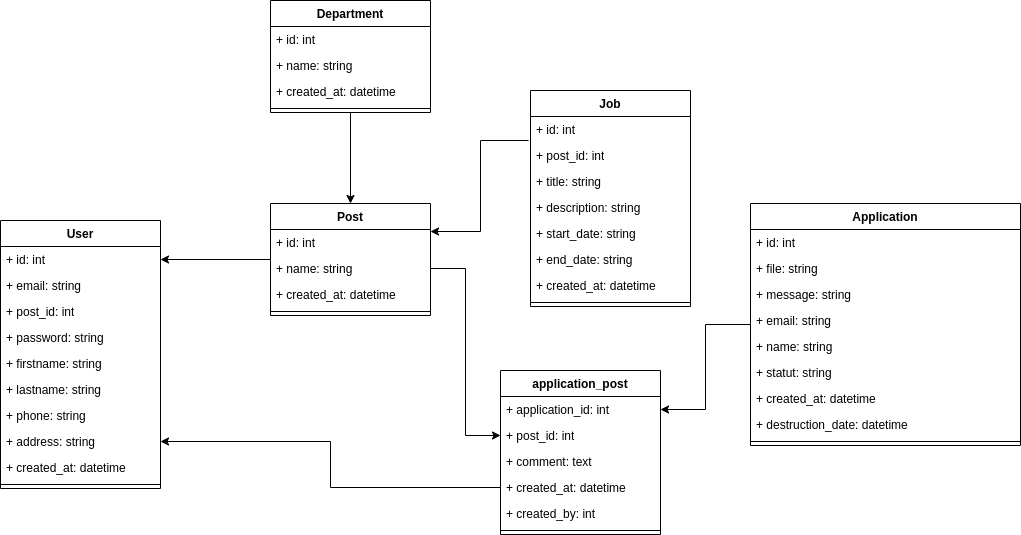
The draw.io diagram docs/modelisation.png in charlottesaidi/rh-project, before a commit. Source tidied: cells renumbered, new cells last; positions are measured from the earlier drawing's top-left corner, leaving out a move shared by most shapes. Source of this version:
```xml
<mxGraphModel>
  <root>
    <mxCell id="0" />
    <mxCell id="1" parent="0" />
    <mxCell id="2" value="User" style="swimlane;fontStyle=1;align=center;verticalAlign=top;horizontal=1;startSize=26;whiteSpace=wrap;html=1;" parent="1" vertex="1">
      <mxGeometry y="220" width="160" height="268" as="geometry" />
    </mxCell>
    <mxCell id="3" value="+ id: int" style="text;strokeColor=none;fillColor=none;align=left;verticalAlign=top;spacingLeft=4;spacingRight=4;overflow=hidden;points=[[0,0.5],[1,0.5]];portConstraint=eastwest;whiteSpace=wrap;html=1;" parent="2" vertex="1">
      <mxGeometry y="26" width="160" height="26" as="geometry" />
    </mxCell>
    <mxCell id="4" value="+ email: string" style="text;strokeColor=none;fillColor=none;align=left;verticalAlign=top;spacingLeft=4;spacingRight=4;overflow=hidden;whiteSpace=wrap;html=1;" parent="2" vertex="1">
      <mxGeometry y="52" width="160" height="26" as="geometry" />
    </mxCell>
    <mxCell id="5" value="+ post_id: int" style="text;strokeColor=none;fillColor=none;align=left;verticalAlign=top;spacingLeft=4;spacingRight=4;overflow=hidden;points=[[0,0.5],[1,0.5]];portConstraint=eastwest;whiteSpace=wrap;html=1;" parent="2" vertex="1">
      <mxGeometry y="78" width="160" height="26" as="geometry" />
    </mxCell>
    <mxCell id="6" value="+ password: string" style="text;strokeColor=none;fillColor=none;align=left;verticalAlign=top;spacingLeft=4;spacingRight=4;overflow=hidden;whiteSpace=wrap;html=1;" parent="2" vertex="1">
      <mxGeometry y="104" width="160" height="26" as="geometry" />
    </mxCell>
    <mxCell id="7" value="+ firstname: string" style="text;strokeColor=none;fillColor=none;align=left;verticalAlign=top;spacingLeft=4;spacingRight=4;overflow=hidden;whiteSpace=wrap;html=1;" parent="2" vertex="1">
      <mxGeometry y="130" width="160" height="26" as="geometry" />
    </mxCell>
    <mxCell id="8" value="+ lastname: string" style="text;strokeColor=none;fillColor=none;align=left;verticalAlign=top;spacingLeft=4;spacingRight=4;overflow=hidden;whiteSpace=wrap;html=1;" parent="2" vertex="1">
      <mxGeometry y="156" width="160" height="26" as="geometry" />
    </mxCell>
    <mxCell id="9" value="+ phone: string" style="text;strokeColor=none;fillColor=none;align=left;verticalAlign=top;spacingLeft=4;spacingRight=4;overflow=hidden;points=[[0,0.5],[1,0.5]];portConstraint=eastwest;whiteSpace=wrap;html=1;" parent="2" vertex="1">
      <mxGeometry y="182" width="160" height="26" as="geometry" />
    </mxCell>
    <mxCell id="10" value="+ address: string" style="text;strokeColor=none;fillColor=none;align=left;verticalAlign=top;spacingLeft=4;spacingRight=4;overflow=hidden;points=[[0,0.5],[1,0.5]];portConstraint=eastwest;whiteSpace=wrap;html=1;" parent="2" vertex="1">
      <mxGeometry y="208" width="160" height="26" as="geometry" />
    </mxCell>
    <mxCell id="11" value="+ created_at: datetime" style="text;strokeColor=none;fillColor=none;align=left;verticalAlign=top;spacingLeft=4;spacingRight=4;overflow=hidden;whiteSpace=wrap;html=1;" parent="2" vertex="1">
      <mxGeometry y="234" width="160" height="26" as="geometry" />
    </mxCell>
    <mxCell id="12" style="line;strokeWidth=1;fillColor=none;align=left;verticalAlign=middle;spacingTop=-1;spacingLeft=3;spacingRight=3;labelPosition=right;strokeColor=inherit;" parent="2" vertex="1">
      <mxGeometry y="260" width="160" height="8" as="geometry" />
    </mxCell>
    <mxCell id="13" value="Application" style="swimlane;fontStyle=1;align=center;verticalAlign=top;horizontal=1;startSize=26;whiteSpace=wrap;html=1;" parent="1" vertex="1">
      <mxGeometry x="750" y="203" width="270" height="242" as="geometry" />
    </mxCell>
    <mxCell id="14" value="+ id: int" style="text;strokeColor=none;fillColor=none;align=left;verticalAlign=top;spacingLeft=4;spacingRight=4;overflow=hidden;whiteSpace=wrap;html=1;" parent="13" vertex="1">
      <mxGeometry y="26" width="270" height="26" as="geometry" />
    </mxCell>
    <mxCell id="15" value="+ file: string" style="text;strokeColor=none;fillColor=none;align=left;verticalAlign=top;spacingLeft=4;spacingRight=4;overflow=hidden;whiteSpace=wrap;html=1;" parent="13" vertex="1">
      <mxGeometry y="52" width="270" height="26" as="geometry" />
    </mxCell>
    <mxCell id="16" value="+ message: string" style="text;strokeColor=none;fillColor=none;align=left;verticalAlign=top;spacingLeft=4;spacingRight=4;overflow=hidden;whiteSpace=wrap;html=1;" parent="13" vertex="1">
      <mxGeometry y="78" width="270" height="26" as="geometry" />
    </mxCell>
    <mxCell id="17" value="+ email: string" style="text;strokeColor=none;fillColor=none;align=left;verticalAlign=top;spacingLeft=4;spacingRight=4;overflow=hidden;points=[[0,0.5],[1,0.5]];portConstraint=eastwest;whiteSpace=wrap;html=1;" parent="13" vertex="1">
      <mxGeometry y="104" width="270" height="26" as="geometry" />
    </mxCell>
    <mxCell id="18" value="+ name: string" style="text;strokeColor=none;fillColor=none;align=left;verticalAlign=top;spacingLeft=4;spacingRight=4;overflow=hidden;whiteSpace=wrap;html=1;" parent="13" vertex="1">
      <mxGeometry y="130" width="270" height="26" as="geometry" />
    </mxCell>
    <mxCell id="19" value="+ statut: string" style="text;strokeColor=none;fillColor=none;align=left;verticalAlign=top;spacingLeft=4;spacingRight=4;overflow=hidden;whiteSpace=wrap;html=1;" parent="13" vertex="1">
      <mxGeometry y="156" width="270" height="26" as="geometry" />
    </mxCell>
    <mxCell id="20" value="+ created_at: datetime" style="text;strokeColor=none;fillColor=none;align=left;verticalAlign=top;spacingLeft=4;spacingRight=4;overflow=hidden;whiteSpace=wrap;html=1;" parent="13" vertex="1">
      <mxGeometry y="182" width="270" height="26" as="geometry" />
    </mxCell>
    <mxCell id="21" value="+ destruction_date: datetime" style="text;strokeColor=none;fillColor=none;align=left;verticalAlign=top;spacingLeft=4;spacingRight=4;overflow=hidden;whiteSpace=wrap;html=1;" parent="13" vertex="1">
      <mxGeometry y="208" width="270" height="26" as="geometry" />
    </mxCell>
    <mxCell id="22" style="line;strokeWidth=1;fillColor=none;align=left;verticalAlign=middle;spacingTop=-1;spacingLeft=3;spacingRight=3;labelPosition=right;strokeColor=inherit;" parent="13" vertex="1">
      <mxGeometry y="234" width="270" height="8" as="geometry" />
    </mxCell>
    <mxCell id="23" style="edgeStyle=orthogonalEdgeStyle;rounded=0;jettySize=auto;html=1;entryX=0.5;entryY=0;entryDx=0;entryDy=0;" parent="1" edge="1" source="24" target="29">
      <mxGeometry relative="1" as="geometry" />
    </mxCell>
    <mxCell id="24" value="Department" style="swimlane;fontStyle=1;align=center;verticalAlign=top;horizontal=1;startSize=26;whiteSpace=wrap;html=1;" parent="1" vertex="1">
      <mxGeometry x="270" width="160" height="112" as="geometry" />
    </mxCell>
    <mxCell id="25" value="+ id: int" style="text;strokeColor=none;fillColor=none;align=left;verticalAlign=top;spacingLeft=4;spacingRight=4;overflow=hidden;whiteSpace=wrap;html=1;" parent="24" vertex="1">
      <mxGeometry y="26" width="160" height="26" as="geometry" />
    </mxCell>
    <mxCell id="26" value="+ name: string" style="text;strokeColor=none;fillColor=none;align=left;verticalAlign=top;spacingLeft=4;spacingRight=4;overflow=hidden;whiteSpace=wrap;html=1;" parent="24" vertex="1">
      <mxGeometry y="52" width="160" height="26" as="geometry" />
    </mxCell>
    <mxCell id="27" value="+ created_at: datetime" style="text;strokeColor=none;fillColor=none;align=left;verticalAlign=top;spacingLeft=4;spacingRight=4;overflow=hidden;whiteSpace=wrap;html=1;" parent="24" vertex="1">
      <mxGeometry y="78" width="160" height="26" as="geometry" />
    </mxCell>
    <mxCell id="28" style="line;strokeWidth=1;fillColor=none;align=left;verticalAlign=middle;spacingTop=-1;spacingLeft=3;spacingRight=3;labelPosition=right;strokeColor=inherit;" parent="24" vertex="1">
      <mxGeometry y="104" width="160" height="8" as="geometry" />
    </mxCell>
    <mxCell id="29" value="Post" style="swimlane;fontStyle=1;align=center;verticalAlign=top;horizontal=1;startSize=26;whiteSpace=wrap;html=1;" parent="1" vertex="1">
      <mxGeometry x="270" y="203" width="160" height="112" as="geometry" />
    </mxCell>
    <mxCell id="30" value="+ id: int" style="text;strokeColor=none;fillColor=none;align=left;verticalAlign=top;spacingLeft=4;spacingRight=4;overflow=hidden;points=[[0,0.5],[1,0.5]];portConstraint=eastwest;whiteSpace=wrap;html=1;" parent="29" vertex="1">
      <mxGeometry y="26" width="160" height="26" as="geometry" />
    </mxCell>
    <mxCell id="31" value="+ name: string" style="text;strokeColor=none;fillColor=none;align=left;verticalAlign=top;spacingLeft=4;spacingRight=4;overflow=hidden;points=[[0,0.5],[1,0.5]];portConstraint=eastwest;whiteSpace=wrap;html=1;" parent="29" vertex="1">
      <mxGeometry y="52" width="160" height="26" as="geometry" />
    </mxCell>
    <mxCell id="32" value="+ created_at: datetime" style="text;strokeColor=none;fillColor=none;align=left;verticalAlign=top;spacingLeft=4;spacingRight=4;overflow=hidden;whiteSpace=wrap;html=1;" parent="29" vertex="1">
      <mxGeometry y="78" width="160" height="26" as="geometry" />
    </mxCell>
    <mxCell id="33" style="line;strokeWidth=1;fillColor=none;align=left;verticalAlign=middle;spacingTop=-1;spacingLeft=3;spacingRight=3;labelPosition=right;strokeColor=inherit;" parent="29" vertex="1">
      <mxGeometry y="104" width="160" height="8" as="geometry" />
    </mxCell>
    <mxCell id="34" style="edgeStyle=orthogonalEdgeStyle;rounded=0;jettySize=auto;html=1;entryX=1;entryY=0.5;entryDx=0;entryDy=0;" parent="1" edge="1" source="29" target="3">
      <mxGeometry relative="1" as="geometry" />
    </mxCell>
    <mxCell id="35" style="edgeStyle=orthogonalEdgeStyle;rounded=0;jettySize=auto;html=1;entryX=1;entryY=0.5;entryDx=0;entryDy=0;" parent="1" edge="1" source="13" target="37">
      <mxGeometry relative="1" as="geometry" />
    </mxCell>
    <mxCell id="36" value="application_post" style="swimlane;fontStyle=1;align=center;verticalAlign=top;horizontal=1;startSize=26;whiteSpace=wrap;html=1;" parent="1" vertex="1">
      <mxGeometry x="500" y="370" width="160" height="164" as="geometry" />
    </mxCell>
    <mxCell id="37" value="+ application_id: int" style="text;strokeColor=none;fillColor=none;align=left;verticalAlign=top;spacingLeft=4;spacingRight=4;overflow=hidden;points=[[0,0.5],[1,0.5]];portConstraint=eastwest;whiteSpace=wrap;html=1;" parent="36" vertex="1">
      <mxGeometry y="26" width="160" height="26" as="geometry" />
    </mxCell>
    <mxCell id="38" value="+ post_id: int" style="text;strokeColor=none;fillColor=none;align=left;verticalAlign=top;spacingLeft=4;spacingRight=4;overflow=hidden;points=[[0,0.5],[1,0.5]];portConstraint=eastwest;whiteSpace=wrap;html=1;" parent="36" vertex="1">
      <mxGeometry y="52" width="160" height="26" as="geometry" />
    </mxCell>
    <mxCell id="39" value="+ comment: text" style="text;strokeColor=none;fillColor=none;align=left;verticalAlign=top;spacingLeft=4;spacingRight=4;overflow=hidden;whiteSpace=wrap;html=1;" parent="36" vertex="1">
      <mxGeometry y="78" width="160" height="26" as="geometry" />
    </mxCell>
    <mxCell id="40" value="+ created_at: datetime" style="text;strokeColor=none;fillColor=none;align=left;verticalAlign=top;spacingLeft=4;spacingRight=4;overflow=hidden;points=[[0,0.5],[1,0.5]];portConstraint=eastwest;whiteSpace=wrap;html=1;" parent="36" vertex="1">
      <mxGeometry y="104" width="160" height="26" as="geometry" />
    </mxCell>
    <mxCell id="41" value="+ created_by: int" style="text;strokeColor=none;fillColor=none;align=left;verticalAlign=top;spacingLeft=4;spacingRight=4;overflow=hidden;whiteSpace=wrap;html=1;" parent="36" vertex="1">
      <mxGeometry y="130" width="160" height="26" as="geometry" />
    </mxCell>
    <mxCell id="42" style="line;strokeWidth=1;fillColor=none;align=left;verticalAlign=middle;spacingTop=-1;spacingLeft=3;spacingRight=3;labelPosition=right;strokeColor=inherit;" parent="36" vertex="1">
      <mxGeometry y="156" width="160" height="8" as="geometry" />
    </mxCell>
    <mxCell id="43" style="edgeStyle=orthogonalEdgeStyle;rounded=0;jettySize=auto;html=1;exitX=1;exitY=0.5;exitDx=0;exitDy=0;" parent="1" edge="1" source="31" target="38">
      <mxGeometry relative="1" as="geometry" />
    </mxCell>
    <mxCell id="44" value="Job" style="swimlane;fontStyle=1;align=center;verticalAlign=top;horizontal=1;startSize=26;whiteSpace=wrap;html=1;" parent="1" vertex="1">
      <mxGeometry x="530" y="90" width="160" height="216" as="geometry" />
    </mxCell>
    <mxCell id="45" value="+ id: int" style="text;strokeColor=none;fillColor=none;align=left;verticalAlign=top;spacingLeft=4;spacingRight=4;overflow=hidden;points=[[0,0.5],[1,0.5]];portConstraint=eastwest;whiteSpace=wrap;html=1;" parent="44" vertex="1">
      <mxGeometry y="26" width="160" height="26" as="geometry" />
    </mxCell>
    <mxCell id="46" value="+ post_id: int" style="text;strokeColor=none;fillColor=none;align=left;verticalAlign=top;spacingLeft=4;spacingRight=4;overflow=hidden;points=[[0,0.5],[1,0.5]];portConstraint=eastwest;whiteSpace=wrap;html=1;" parent="44" vertex="1">
      <mxGeometry y="52" width="160" height="26" as="geometry" />
    </mxCell>
    <mxCell id="47" value="+ title: string" style="text;strokeColor=none;fillColor=none;align=left;verticalAlign=top;spacingLeft=4;spacingRight=4;overflow=hidden;whiteSpace=wrap;html=1;" parent="44" vertex="1">
      <mxGeometry y="78" width="160" height="26" as="geometry" />
    </mxCell>
    <mxCell id="48" value="+ description: string" style="text;strokeColor=none;fillColor=none;align=left;verticalAlign=top;spacingLeft=4;spacingRight=4;overflow=hidden;whiteSpace=wrap;html=1;" parent="44" vertex="1">
      <mxGeometry y="104" width="160" height="26" as="geometry" />
    </mxCell>
    <mxCell id="49" value="+ start_date: string" style="text;strokeColor=none;fillColor=none;align=left;verticalAlign=top;spacingLeft=4;spacingRight=4;overflow=hidden;whiteSpace=wrap;html=1;" parent="44" vertex="1">
      <mxGeometry y="130" width="160" height="26" as="geometry" />
    </mxCell>
    <mxCell id="50" value="+ end_date: string" style="text;strokeColor=none;fillColor=none;align=left;verticalAlign=top;spacingLeft=4;spacingRight=4;overflow=hidden;whiteSpace=wrap;html=1;" parent="44" vertex="1">
      <mxGeometry y="156" width="160" height="26" as="geometry" />
    </mxCell>
    <mxCell id="51" value="+ created_at: datetime" style="text;strokeColor=none;fillColor=none;align=left;verticalAlign=top;spacingLeft=4;spacingRight=4;overflow=hidden;whiteSpace=wrap;html=1;" parent="44" vertex="1">
      <mxGeometry y="182" width="160" height="26" as="geometry" />
    </mxCell>
    <mxCell id="52" style="line;strokeWidth=1;fillColor=none;align=left;verticalAlign=middle;spacingTop=-1;spacingLeft=3;spacingRight=3;labelPosition=right;strokeColor=inherit;" parent="44" vertex="1">
      <mxGeometry y="208" width="160" height="8" as="geometry" />
    </mxCell>
    <mxCell id="53" style="edgeStyle=orthogonalEdgeStyle;rounded=0;jettySize=auto;html=1;entryX=1;entryY=0.077;entryDx=0;entryDy=0;entryPerimeter=0;exitX=-0.012;exitY=0.923;exitDx=0;exitDy=0;exitPerimeter=0;" parent="1" edge="1" source="45" target="30">
      <mxGeometry relative="1" as="geometry" />
    </mxCell>
    <mxCell id="54" style="edgeStyle=orthogonalEdgeStyle;rounded=0;jettySize=auto;html=1;exitX=0;exitY=0.5;exitDx=0;exitDy=0;entryX=1;entryY=0.5;entryDx=0;entryDy=0;" parent="1" edge="1" source="40" target="10">
      <mxGeometry relative="1" as="geometry" />
    </mxCell>
  </root>
</mxGraphModel>
```
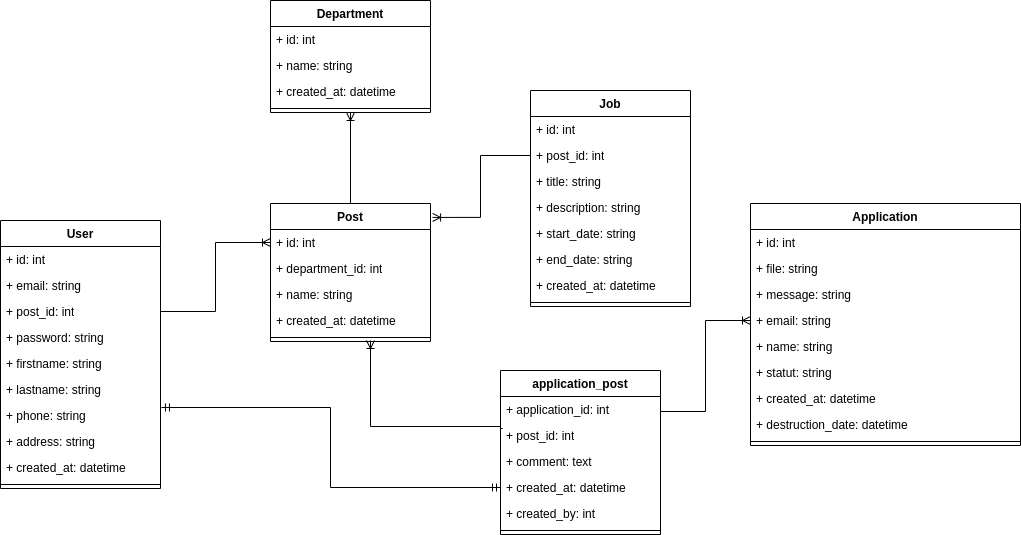
The same file after the commit.

Change to the diagram source:
```diff
@@ -65,9 +65,6 @@
     <mxCell id="22" style="line;strokeWidth=1;fillColor=none;align=left;verticalAlign=middle;spacingTop=-1;spacingLeft=3;spacingRight=3;labelPosition=right;strokeColor=inherit;" parent="13" vertex="1">
       <mxGeometry y="234" width="270" height="8" as="geometry" />
     </mxCell>
-    <mxCell id="23" style="edgeStyle=orthogonalEdgeStyle;rounded=0;jettySize=auto;html=1;entryX=0.5;entryY=0;entryDx=0;entryDy=0;" parent="1" edge="1" source="24" target="29">
-      <mxGeometry relative="1" as="geometry" />
-    </mxCell>
     <mxCell id="24" value="Department" style="swimlane;fontStyle=1;align=center;verticalAlign=top;horizontal=1;startSize=26;whiteSpace=wrap;html=1;" parent="1" vertex="1">
       <mxGeometry x="270" width="160" height="112" as="geometry" />
     </mxCell>
@@ -84,26 +81,23 @@
       <mxGeometry y="104" width="160" height="8" as="geometry" />
     </mxCell>
     <mxCell id="29" value="Post" style="swimlane;fontStyle=1;align=center;verticalAlign=top;horizontal=1;startSize=26;whiteSpace=wrap;html=1;" parent="1" vertex="1">
-      <mxGeometry x="270" y="203" width="160" height="112" as="geometry" />
+      <mxGeometry x="270" y="203" width="160" height="138" as="geometry" />
     </mxCell>
     <mxCell id="30" value="+ id: int" style="text;strokeColor=none;fillColor=none;align=left;verticalAlign=top;spacingLeft=4;spacingRight=4;overflow=hidden;points=[[0,0.5],[1,0.5]];portConstraint=eastwest;whiteSpace=wrap;html=1;" parent="29" vertex="1">
       <mxGeometry y="26" width="160" height="26" as="geometry" />
     </mxCell>
+    <mxCell id="55" value="+ department_id: int" style="text;strokeColor=none;fillColor=none;align=left;verticalAlign=top;spacingLeft=4;spacingRight=4;overflow=hidden;whiteSpace=wrap;html=1;" parent="29" vertex="1">
+      <mxGeometry y="52" width="160" height="26" as="geometry" />
+    </mxCell>
     <mxCell id="31" value="+ name: string" style="text;strokeColor=none;fillColor=none;align=left;verticalAlign=top;spacingLeft=4;spacingRight=4;overflow=hidden;points=[[0,0.5],[1,0.5]];portConstraint=eastwest;whiteSpace=wrap;html=1;" parent="29" vertex="1">
-      <mxGeometry y="52" width="160" height="26" as="geometry" />
+      <mxGeometry y="78" width="160" height="26" as="geometry" />
     </mxCell>
     <mxCell id="32" value="+ created_at: datetime" style="text;strokeColor=none;fillColor=none;align=left;verticalAlign=top;spacingLeft=4;spacingRight=4;overflow=hidden;whiteSpace=wrap;html=1;" parent="29" vertex="1">
-      <mxGeometry y="78" width="160" height="26" as="geometry" />
+      <mxGeometry y="104" width="160" height="26" as="geometry" />
     </mxCell>
     <mxCell id="33" style="line;strokeWidth=1;fillColor=none;align=left;verticalAlign=middle;spacingTop=-1;spacingLeft=3;spacingRight=3;labelPosition=right;strokeColor=inherit;" parent="29" vertex="1">
-      <mxGeometry y="104" width="160" height="8" as="geometry" />
+      <mxGeometry y="130" width="160" height="8" as="geometry" />
     </mxCell>
-    <mxCell id="34" style="edgeStyle=orthogonalEdgeStyle;rounded=0;jettySize=auto;html=1;entryX=1;entryY=0.5;entryDx=0;entryDy=0;" parent="1" edge="1" source="29" target="3">
-      <mxGeometry relative="1" as="geometry" />
-    </mxCell>
-    <mxCell id="35" style="edgeStyle=orthogonalEdgeStyle;rounded=0;jettySize=auto;html=1;entryX=1;entryY=0.5;entryDx=0;entryDy=0;" parent="1" edge="1" source="13" target="37">
-      <mxGeometry relative="1" as="geometry" />
-    </mxCell>
     <mxCell id="36" value="application_post" style="swimlane;fontStyle=1;align=center;verticalAlign=top;horizontal=1;startSize=26;whiteSpace=wrap;html=1;" parent="1" vertex="1">
       <mxGeometry x="500" y="370" width="160" height="164" as="geometry" />
     </mxCell>
@@ -125,9 +119,6 @@
     <mxCell id="42" style="line;strokeWidth=1;fillColor=none;align=left;verticalAlign=middle;spacingTop=-1;spacingLeft=3;spacingRight=3;labelPosition=right;strokeColor=inherit;" parent="36" vertex="1">
       <mxGeometry y="156" width="160" height="8" as="geometry" />
     </mxCell>
-    <mxCell id="43" style="edgeStyle=orthogonalEdgeStyle;rounded=0;jettySize=auto;html=1;exitX=1;exitY=0.5;exitDx=0;exitDy=0;" parent="1" edge="1" source="31" target="38">
-      <mxGeometry relative="1" as="geometry" />
-    </mxCell>
     <mxCell id="44" value="Job" style="swimlane;fontStyle=1;align=center;verticalAlign=top;horizontal=1;startSize=26;whiteSpace=wrap;html=1;" parent="1" vertex="1">
       <mxGeometry x="530" y="90" width="160" height="216" as="geometry" />
     </mxCell>
@@ -155,11 +146,35 @@
     <mxCell id="52" style="line;strokeWidth=1;fillColor=none;align=left;verticalAlign=middle;spacingTop=-1;spacingLeft=3;spacingRight=3;labelPosition=right;strokeColor=inherit;" parent="44" vertex="1">
       <mxGeometry y="208" width="160" height="8" as="geometry" />
     </mxCell>
-    <mxCell id="53" style="edgeStyle=orthogonalEdgeStyle;rounded=0;jettySize=auto;html=1;entryX=1;entryY=0.077;entryDx=0;entryDy=0;entryPerimeter=0;exitX=-0.012;exitY=0.923;exitDx=0;exitDy=0;exitPerimeter=0;" parent="1" edge="1" source="45" target="30">
-      <mxGeometry relative="1" as="geometry" />
-    </mxCell>
-    <mxCell id="54" style="edgeStyle=orthogonalEdgeStyle;rounded=0;jettySize=auto;html=1;exitX=0;exitY=0.5;exitDx=0;exitDy=0;entryX=1;entryY=0.5;entryDx=0;entryDy=0;" parent="1" edge="1" source="40" target="10">
-      <mxGeometry relative="1" as="geometry" />
-    </mxCell>
+    <mxCell id="56" style="fontSize=12;html=1;endArrow=ERoneToMany;rounded=0;entryX=0.5;entryY=1;entryDx=0;entryDy=0;exitX=0.5;exitY=0;exitDx=0;exitDy=0;" parent="1" edge="1" source="29" target="24">
+      <mxGeometry relative="1" as="geometry" />
+    </mxCell>
+    <mxCell id="57" style="fontSize=12;html=1;endArrow=ERoneToMany;rounded=0;entryX=0;entryY=0.5;entryDx=0;entryDy=0;exitX=1;exitY=0.5;exitDx=0;exitDy=0;edgeStyle=orthogonalEdgeStyle;" parent="1" edge="1" source="5" target="30">
+      <mxGeometry relative="1" as="geometry" />
+    </mxCell>
+    <mxCell id="58" style="fontSize=12;html=1;endArrow=ERoneToMany;rounded=0;entryX=1.013;entryY=0.101;entryDx=0;entryDy=0;exitX=0;exitY=0.5;exitDx=0;exitDy=0;entryPerimeter=0;edgeStyle=orthogonalEdgeStyle;" parent="1" edge="1" source="46" target="29">
+      <mxGeometry relative="1" as="geometry">
+        <Array as="points">
+          <mxPoint x="480" y="155" />
+          <mxPoint x="480" y="217" />
+        </Array>
+      </mxGeometry>
+    </mxCell>
+    <mxCell id="59" style="edgeStyle=orthogonalEdgeStyle;fontSize=12;html=1;endArrow=ERmandOne;startArrow=ERmandOne;rounded=0;entryX=0;entryY=0.5;entryDx=0;entryDy=0;exitX=1.006;exitY=0.192;exitDx=0;exitDy=0;exitPerimeter=0;" parent="1" edge="1" source="9" target="40">
+      <mxGeometry relative="1" as="geometry" />
+    </mxCell>
+    <mxCell id="60" style="fontSize=12;html=1;endArrow=ERoneToMany;rounded=0;edgeStyle=orthogonalEdgeStyle;exitX=0.013;exitY=0.231;exitDx=0;exitDy=0;exitPerimeter=0;" parent="1" edge="1" source="38">
+      <mxGeometry relative="1" as="geometry">
+        <mxPoint x="370" y="340" as="targetPoint" />
+        <Array as="points">
+          <mxPoint x="500" y="428" />
+          <mxPoint x="500" y="426" />
+          <mxPoint x="370" y="426" />
+        </Array>
+      </mxGeometry>
+    </mxCell>
+    <mxCell id="61" style="edgeStyle=orthogonalEdgeStyle;fontSize=12;html=1;endArrow=ERoneToMany;rounded=0;entryX=0;entryY=0.5;entryDx=0;entryDy=0;exitX=1;exitY=0.25;exitDx=0;exitDy=0;" parent="1" edge="1" source="36" target="17">
+      <mxGeometry relative="1" as="geometry" />
+    </mxCell>
   </root>
 </mxGraphModel>
```
